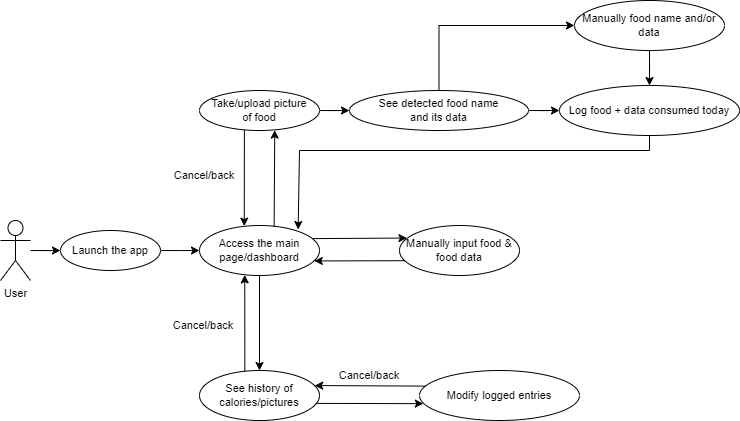
This is Use Case Diagrams/v1.0/CV Calories v1.0.png from jonechong/calories-cv, a draw.io export, as it was before one commit. Source tidied: cells renumbered, new cells last; positions are measured from the earlier drawing's top-left corner, leaving out a move shared by most shapes.
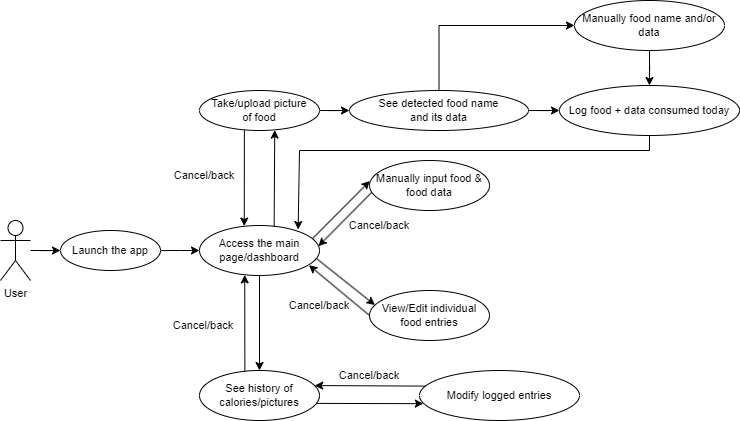
The same diagram one commit later.

Commit message:
Updated use case diagrams png

Change to the diagram source:
```diff
@@ -79,7 +79,7 @@
       <mxGeometry x="339" y="360" width="60" height="30" as="geometry" />
     </mxCell>
     <mxCell id="26" value="Manually input food &amp;amp; food data" style="ellipse;whiteSpace=wrap;html=1;fontSize=11;" parent="1" vertex="1">
-      <mxGeometry x="399" y="225" width="120" height="50" as="geometry" />
+      <mxGeometry x="369" y="160" width="120" height="50" as="geometry" />
     </mxCell>
     <mxCell id="27" style="endArrow=classic;html=1;rounded=0;exitX=0.5;exitY=1;exitDx=0;exitDy=0;entryX=0.822;entryY=0.08;entryDx=0;entryDy=0;entryPerimeter=0;" parent="1" edge="1" source="14" target="16">
       <mxGeometry relative="1" as="geometry">
@@ -89,11 +89,26 @@
         </Array>
       </mxGeometry>
     </mxCell>
-    <mxCell id="28" style="endArrow=classic;html=1;rounded=0;exitX=0.942;exitY=0.262;exitDx=0;exitDy=0;exitPerimeter=0;entryX=0.062;entryY=0.251;entryDx=0;entryDy=0;entryPerimeter=0;" parent="1" edge="1" source="16" target="26">
+    <mxCell id="28" style="endArrow=classic;html=1;rounded=0;exitX=0.942;exitY=0.262;exitDx=0;exitDy=0;exitPerimeter=0;entryX=0.003;entryY=0.409;entryDx=0;entryDy=0;entryPerimeter=0;" parent="1" edge="1" source="16" target="26">
       <mxGeometry relative="1" as="geometry" />
     </mxCell>
-    <mxCell id="29" style="endArrow=classic;html=1;rounded=0;exitX=0.039;exitY=0.704;exitDx=0;exitDy=0;exitPerimeter=0;entryX=0.957;entryY=0.709;entryDx=0;entryDy=0;entryPerimeter=0;" parent="1" edge="1" source="26" target="16">
+    <mxCell id="29" style="endArrow=classic;html=1;rounded=0;exitX=0.019;exitY=0.637;exitDx=0;exitDy=0;exitPerimeter=0;entryX=0.991;entryY=0.413;entryDx=0;entryDy=0;entryPerimeter=0;" parent="1" edge="1" source="26" target="16">
       <mxGeometry relative="1" as="geometry" />
     </mxCell>
+    <mxCell id="30" value="View/Edit individual food entries" style="ellipse;whiteSpace=wrap;html=1;fontSize=11;" parent="1" vertex="1">
+      <mxGeometry x="369" y="290" width="120" height="50" as="geometry" />
+    </mxCell>
+    <mxCell id="31" style="endArrow=classic;html=1;rounded=0;exitX=0.975;exitY=0.661;exitDx=0;exitDy=0;exitPerimeter=0;entryX=0.045;entryY=0.29;entryDx=0;entryDy=0;entryPerimeter=0;" parent="1" edge="1" source="16" target="30">
+      <mxGeometry relative="1" as="geometry" />
+    </mxCell>
+    <mxCell id="32" style="endArrow=classic;html=1;rounded=0;exitX=0;exitY=0.5;exitDx=0;exitDy=0;entryX=0.912;entryY=0.793;entryDx=0;entryDy=0;entryPerimeter=0;" parent="1" edge="1" source="30" target="16">
+      <mxGeometry relative="1" as="geometry" />
+    </mxCell>
+    <mxCell id="33" value="Cancel/back" style="text;html=1;strokeColor=none;fillColor=none;align=center;verticalAlign=middle;whiteSpace=wrap;rounded=0;fontSize=11;" parent="1" vertex="1">
+      <mxGeometry x="289" y="290" width="60" height="30" as="geometry" />
+    </mxCell>
+    <mxCell id="34" value="Cancel/back" style="text;html=1;strokeColor=none;fillColor=none;align=center;verticalAlign=middle;whiteSpace=wrap;rounded=0;fontSize=11;" parent="1" vertex="1">
+      <mxGeometry x="349" y="210" width="60" height="30" as="geometry" />
+    </mxCell>
   </root>
 </mxGraphModel>
```
